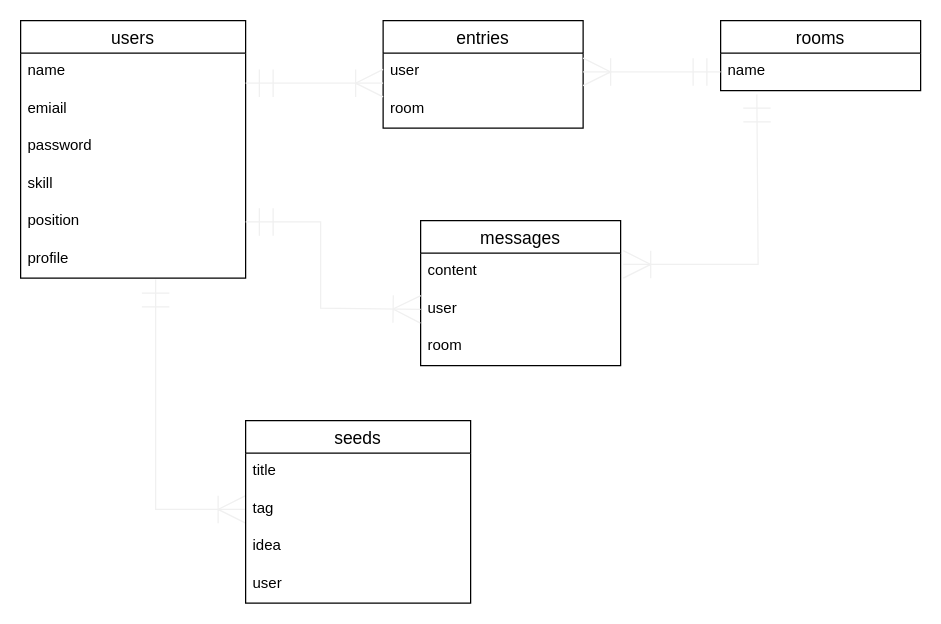
Above: .dio in gen-ghub/Ideas (draw.io), before the change. Source tidied: cells renumbered, new cells numbered last; positions are measured from the earlier drawing's top-left corner, leaving out a move shared by most shapes. Both pictures are drawn from the tidied source at 125%, with x=0, y=0 at pixel (20, 20).
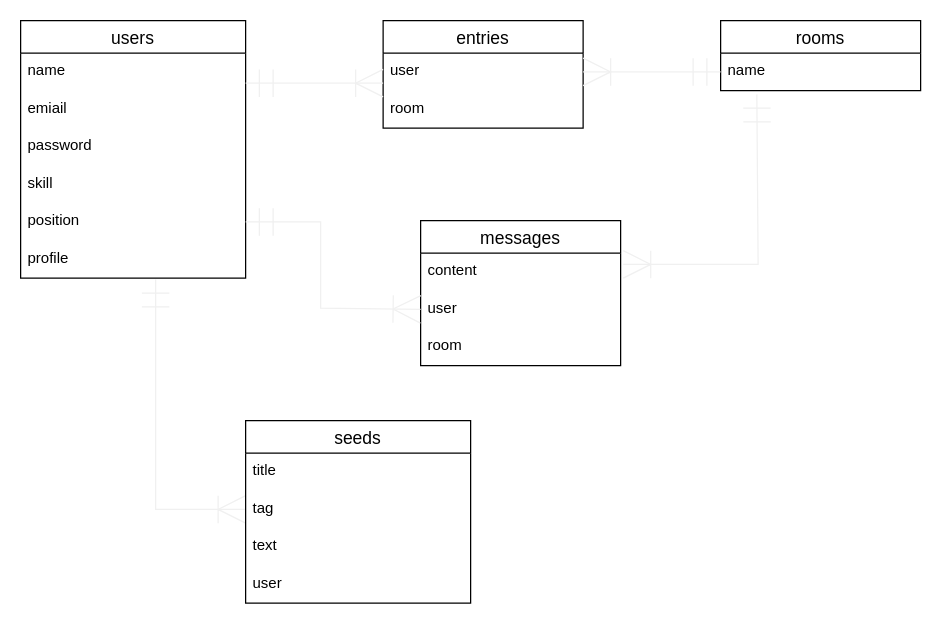
After the change.

The change refers to these unchanged cells:
```xml
<mxCell id="17" value="seeds" style="swimlane;fontStyle=0;horizontal=1;startSize=26;align=center;fontSize=14;" parent="1" vertex="1">
  <mxGeometry x="180" y="320" width="180" height="146" as="geometry" />
</mxCell>
```

What changed in the source:
```diff
@@
-    <mxCell id="20" value="idea" style="text;strokeColor=none;fillColor=none;spacingLeft=4;spacingRight=4;overflow=hidden;fontSize=12;" parent="17" vertex="1">
+    <mxCell id="20" value="text" style="text;strokeColor=none;fillColor=none;spacingLeft=4;spacingRight=4;overflow=hidden;fontSize=12;" parent="17" vertex="1">
       <mxGeometry y="86" width="180" height="30" as="geometry" />
     </mxCell>
```
